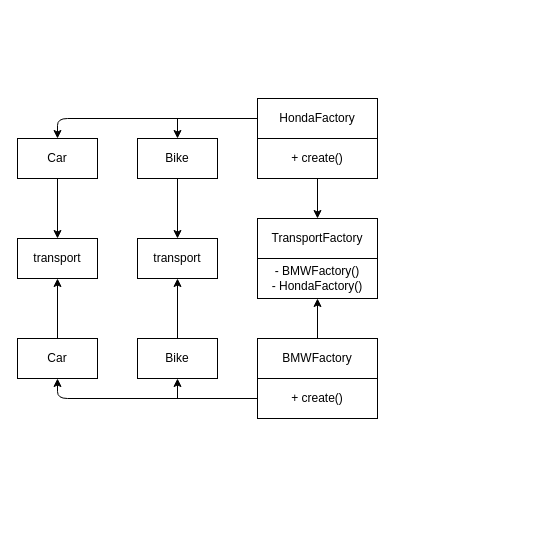
The draw.io diagram 1_creational/abstractFactory.drawio in plnnsimon/patterns, before the edit. Source tidied: cells renumbered, new cells numbered last; positions are measured from the earlier drawing's top-left corner, leaving out a move shared by most shapes. Both pictures are drawn from the tidied source at 100%, with x=0, y=0 at pixel (17, 98).
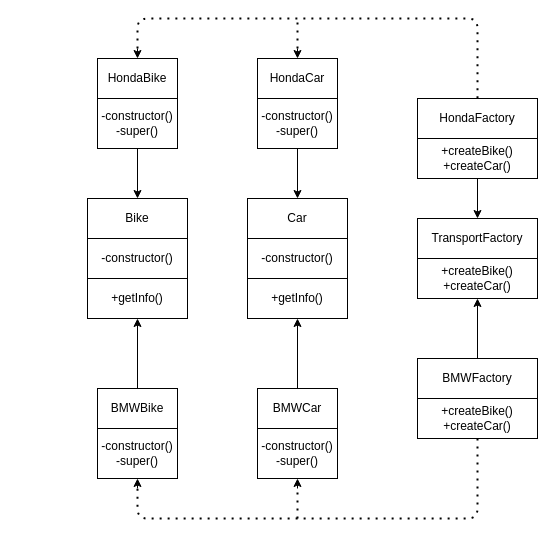
Above is the later version.

Change to the diagram source:
```diff
@@
     <mxCell id="2" value="TransportFactory" style="rounded=0;whiteSpace=wrap;html=1;" parent="1" vertex="1">
-      <mxGeometry x="240" y="120" width="120" height="40" as="geometry" />
+      <mxGeometry x="400" y="120" width="120" height="40" as="geometry" />
     </mxCell>
-    <mxCell id="3" value="- BMWFactory()&lt;br&gt;- HondaFactory()" style="rounded=0;whiteSpace=wrap;html=1;" parent="1" vertex="1">
-      <mxGeometry x="240" y="160" width="120" height="40" as="geometry" />
+    <mxCell id="3" value="+createBike()&lt;br&gt;+createCar()" style="rounded=0;whiteSpace=wrap;html=1;" parent="1" vertex="1">
+      <mxGeometry x="400" y="160" width="120" height="40" as="geometry" />
     </mxCell>
     <mxCell id="4" value="HondaFactory" style="rounded=0;whiteSpace=wrap;html=1;" parent="1" vertex="1">
-      <mxGeometry x="240" width="120" height="40" as="geometry" />
+      <mxGeometry x="400" width="120" height="40" as="geometry" />
     </mxCell>
     <mxCell id="5" value="BMWFactory" style="rounded=0;whiteSpace=wrap;html=1;" parent="1" vertex="1">
-      <mxGeometry x="240" y="240" width="120" height="40" as="geometry" />
+      <mxGeometry x="400" y="260" width="120" height="40" as="geometry" />
     </mxCell>
-    <mxCell id="6" value="+ create()" style="rounded=0;whiteSpace=wrap;html=1;" parent="1" vertex="1">
-      <mxGeometry x="240" y="280" width="120" height="40" as="geometry" />
+    <mxCell id="6" value="+createBike()&lt;br&gt;+createCar()" style="rounded=0;whiteSpace=wrap;html=1;" parent="1" vertex="1">
+      <mxGeometry x="400" y="300" width="120" height="40" as="geometry" />
     </mxCell>
-    <mxCell id="7" value="+ create()" style="rounded=0;whiteSpace=wrap;html=1;" parent="1" vertex="1">
-      <mxGeometry x="240" y="40" width="120" height="40" as="geometry" />
+    <mxCell id="7" value="+createBike()&lt;br&gt;+createCar()" style="rounded=0;whiteSpace=wrap;html=1;" parent="1" vertex="1">
+      <mxGeometry x="400" y="40" width="120" height="40" as="geometry" />
     </mxCell>
@@
     <mxCell id="9" style="endArrow=classic;html=1;exitX=0.5;exitY=1;exitDx=0;exitDy=0;" parent="1" edge="1" source="7">
       <mxGeometry relative="1" as="geometry">
-        <mxPoint x="300" y="120" as="targetPoint" />
+        <mxPoint x="460" y="120" as="targetPoint" />
       </mxGeometry>
     </mxCell>
-    <mxCell id="10" style="endArrow=classic;html=1;exitX=0;exitY=0.5;exitDx=0;exitDy=0;entryX=0.5;entryY=0;entryDx=0;entryDy=0;" parent="1" edge="1" source="4" target="11">
-      <mxGeometry relative="1" as="geometry">
-        <Array as="points">
-          <mxPoint x="40" y="20" />
-        </Array>
-      </mxGeometry>
-    </mxCell>
-    <mxCell id="11" value="Car" style="rounded=0;whiteSpace=wrap;html=1;" parent="1" vertex="1">
-      <mxGeometry y="40" width="80" height="40" as="geometry" />
+    <mxCell id="11" value="HondaCar" style="rounded=0;whiteSpace=wrap;html=1;" parent="1" vertex="1">
+      <mxGeometry x="240" y="-40" width="80" height="40" as="geometry" />
     </mxCell>
-    <mxCell id="12" value="Bike" style="rounded=0;whiteSpace=wrap;html=1;" parent="1" vertex="1">
-      <mxGeometry x="120" y="40" width="80" height="40" as="geometry" />
+    <mxCell id="12" value="HondaBike" style="rounded=0;whiteSpace=wrap;html=1;" parent="1" vertex="1">
+      <mxGeometry x="80" y="-40" width="80" height="40" as="geometry" />
     </mxCell>
+    <mxCell id="24" value="BMWCar" style="rounded=0;whiteSpace=wrap;html=1;" parent="1" vertex="1">
+      <mxGeometry x="240" y="290" width="80" height="40" as="geometry" />
+    </mxCell>
+    <mxCell id="25" value="BMWBike" style="rounded=0;whiteSpace=wrap;html=1;" parent="1" vertex="1">
+      <mxGeometry x="80" y="290" width="80" height="40" as="geometry" />
+    </mxCell>
+    <mxCell id="14" value="Bike" style="rounded=0;whiteSpace=wrap;html=1;" parent="1" vertex="1">
+      <mxGeometry x="70" y="100" width="100" height="40" as="geometry" />
+    </mxCell>
     <mxCell id="13" value="Car" style="rounded=0;whiteSpace=wrap;html=1;" parent="1" vertex="1">
-      <mxGeometry y="240" width="80" height="40" as="geometry" />
+      <mxGeometry x="230" y="100" width="100" height="40" as="geometry" />
     </mxCell>
-    <mxCell id="14" value="Bike" style="rounded=0;whiteSpace=wrap;html=1;" parent="1" vertex="1">
-      <mxGeometry x="120" y="240" width="80" height="40" as="geometry" />
-    </mxCell>
-    <mxCell id="15" style="endArrow=classic;html=1;entryX=0.5;entryY=0;entryDx=0;entryDy=0;" parent="1" edge="1" target="12">
-      <mxGeometry relative="1" as="geometry">
-        <mxPoint x="160" y="20" as="sourcePoint" />
-      </mxGeometry>
-    </mxCell>
-    <mxCell id="16" style="endArrow=classic;html=1;exitX=0;exitY=0.5;exitDx=0;exitDy=0;entryX=0.5;entryY=1;entryDx=0;entryDy=0;" parent="1" edge="1" source="6" target="13">
-      <mxGeometry relative="1" as="geometry">
-        <Array as="points">
-          <mxPoint x="40" y="300" />
-        </Array>
-      </mxGeometry>
-    </mxCell>
-    <mxCell id="17" style="endArrow=classic;html=1;entryX=0.5;entryY=1;entryDx=0;entryDy=0;" parent="1" edge="1" target="14">
-      <mxGeometry relative="1" as="geometry">
-        <mxPoint x="160" y="300" as="sourcePoint" />
-      </mxGeometry>
-    </mxCell>
-    <mxCell id="18" value="transport" style="rounded=0;whiteSpace=wrap;html=1;" parent="1" vertex="1">
-      <mxGeometry y="140" width="80" height="40" as="geometry" />
-    </mxCell>
-    <mxCell id="19" value="&lt;span&gt;transport&lt;/span&gt;" style="rounded=0;whiteSpace=wrap;html=1;" parent="1" vertex="1">
-      <mxGeometry x="120" y="140" width="80" height="40" as="geometry" />
-    </mxCell>
-    <mxCell id="20" style="endArrow=classic;html=1;exitX=0.5;exitY=1;exitDx=0;exitDy=0;entryX=0.5;entryY=0;entryDx=0;entryDy=0;" parent="1" edge="1" source="11" target="18">
-      <mxGeometry relative="1" as="geometry" />
-    </mxCell>
-    <mxCell id="21" style="endArrow=classic;html=1;exitX=0.5;exitY=1;exitDx=0;exitDy=0;entryX=0.5;entryY=0;entryDx=0;entryDy=0;" parent="1" edge="1" source="12" target="19">
-      <mxGeometry relative="1" as="geometry" />
-    </mxCell>
-    <mxCell id="22" style="endArrow=classic;html=1;exitX=0.5;exitY=0;exitDx=0;exitDy=0;entryX=0.5;entryY=1;entryDx=0;entryDy=0;" parent="1" edge="1" source="13" target="18">
-      <mxGeometry relative="1" as="geometry" />
-    </mxCell>
-    <mxCell id="23" style="endArrow=classic;html=1;exitX=0.5;exitY=0;exitDx=0;exitDy=0;entryX=0.5;entryY=1;entryDx=0;entryDy=0;" parent="1" edge="1" source="14" target="19">
-      <mxGeometry relative="1" as="geometry" />
-    </mxCell>
+    <mxCell id="26" value="-constructor()&lt;br&gt;-super()" style="rounded=0;whiteSpace=wrap;html=1;" parent="1" vertex="1">
+      <mxGeometry x="240" width="80" height="50" as="geometry" />
+    </mxCell>
+    <mxCell id="27" value="-constructor()&lt;br&gt;-super()" style="rounded=0;whiteSpace=wrap;html=1;" parent="1" vertex="1">
+      <mxGeometry x="80" width="80" height="50" as="geometry" />
+    </mxCell>
+    <mxCell id="28" value="-constructor()&lt;br&gt;-super()" style="rounded=0;whiteSpace=wrap;html=1;" parent="1" vertex="1">
+      <mxGeometry x="240" y="330" width="80" height="50" as="geometry" />
+    </mxCell>
+    <mxCell id="29" value="-constructor()&lt;br&gt;-super()" style="rounded=0;whiteSpace=wrap;html=1;" parent="1" vertex="1">
+      <mxGeometry x="80" y="330" width="80" height="50" as="geometry" />
+    </mxCell>
+    <mxCell id="30" value="-constructor()" style="rounded=0;whiteSpace=wrap;html=1;" parent="1" vertex="1">
+      <mxGeometry x="70" y="140" width="100" height="40" as="geometry" />
+    </mxCell>
+    <mxCell id="31" value="+getInfo()" style="rounded=0;whiteSpace=wrap;html=1;" parent="1" vertex="1">
+      <mxGeometry x="70" y="180" width="100" height="40" as="geometry" />
+    </mxCell>
+    <mxCell id="32" value="-constructor()" style="rounded=0;whiteSpace=wrap;html=1;" parent="1" vertex="1">
+      <mxGeometry x="230" y="140" width="100" height="40" as="geometry" />
+    </mxCell>
+    <mxCell id="33" value="+getInfo()" style="rounded=0;whiteSpace=wrap;html=1;" parent="1" vertex="1">
+      <mxGeometry x="230" y="180" width="100" height="40" as="geometry" />
+    </mxCell>
+    <mxCell id="34" style="endArrow=none;dashed=1;html=1;dashPattern=1 3;strokeWidth=2;exitX=0.5;exitY=1;exitDx=0;exitDy=0;exitPerimeter=0;" parent="1" edge="1" source="6">
+      <mxGeometry relative="1" as="geometry">
+        <mxPoint x="120" y="390" as="targetPoint" />
+        <Array as="points">
+          <mxPoint x="460" y="420" />
+          <mxPoint x="280" y="420" />
+          <mxPoint x="120" y="420" />
+        </Array>
+      </mxGeometry>
+    </mxCell>
+    <mxCell id="35" style="endArrow=none;dashed=1;html=1;dashPattern=1 3;strokeWidth=2;" parent="1" edge="1">
+      <mxGeometry relative="1" as="geometry">
+        <mxPoint x="280" y="420" as="sourcePoint" />
+        <mxPoint x="280" y="390" as="targetPoint" />
+      </mxGeometry>
+    </mxCell>
+    <mxCell id="36" style="endArrow=classic;html=1;" parent="1" edge="1">
+      <mxGeometry relative="1" as="geometry">
+        <mxPoint x="280" y="390" as="sourcePoint" />
+        <mxPoint x="280" y="380" as="targetPoint" />
+      </mxGeometry>
+    </mxCell>
+    <mxCell id="37" style="endArrow=classic;html=1;entryX=0.5;entryY=1;entryDx=0;entryDy=0;" parent="1" edge="1" target="29">
+      <mxGeometry relative="1" as="geometry">
+        <mxPoint x="120" y="390" as="sourcePoint" />
+      </mxGeometry>
+    </mxCell>
+    <mxCell id="38" style="endArrow=none;dashed=1;html=1;dashPattern=1 3;strokeWidth=2;entryX=0.5;entryY=0;entryDx=0;entryDy=0;" parent="1" edge="1" target="4">
+      <mxGeometry relative="1" as="geometry">
+        <mxPoint x="120" y="-50" as="sourcePoint" />
+        <Array as="points">
+          <mxPoint x="120" y="-80" />
+          <mxPoint x="160" y="-80" />
+          <mxPoint x="460" y="-80" />
+        </Array>
+      </mxGeometry>
+    </mxCell>
+    <mxCell id="39" style="endArrow=none;dashed=1;html=1;dashPattern=1 3;strokeWidth=2;" parent="1" edge="1">
+      <mxGeometry relative="1" as="geometry">
+        <mxPoint x="280" y="-50" as="sourcePoint" />
+        <mxPoint x="280" y="-80" as="targetPoint" />
+      </mxGeometry>
+    </mxCell>
+    <mxCell id="40" style="endArrow=classic;html=1;" parent="1" edge="1">
+      <mxGeometry relative="1" as="geometry">
+        <mxPoint x="280" y="-50" as="sourcePoint" />
+        <mxPoint x="280" y="-40" as="targetPoint" />
+      </mxGeometry>
+    </mxCell>
+    <mxCell id="41" style="endArrow=classic;html=1;entryX=0.5;entryY=0;entryDx=0;entryDy=0;" parent="1" edge="1" target="12">
+      <mxGeometry relative="1" as="geometry">
+        <mxPoint x="120" y="-50" as="sourcePoint" />
+      </mxGeometry>
+    </mxCell>
+    <mxCell id="42" style="endArrow=classic;html=1;entryX=0.5;entryY=0;entryDx=0;entryDy=0;" parent="1" edge="1" target="13">
+      <mxGeometry relative="1" as="geometry">
+        <mxPoint x="280" y="50" as="sourcePoint" />
+      </mxGeometry>
+    </mxCell>
+    <mxCell id="43" style="endArrow=classic;html=1;entryX=0.5;entryY=1;entryDx=0;entryDy=0;exitX=0.5;exitY=0;exitDx=0;exitDy=0;" parent="1" edge="1" source="24" target="33">
+      <mxGeometry relative="1" as="geometry" />
+    </mxCell>
+    <mxCell id="44" style="endArrow=classic;html=1;entryX=0.5;entryY=1;entryDx=0;entryDy=0;" parent="1" edge="1" target="31">
+      <mxGeometry relative="1" as="geometry">
+        <mxPoint x="120" y="290" as="sourcePoint" />
+      </mxGeometry>
+    </mxCell>
+    <mxCell id="45" style="endArrow=classic;html=1;exitX=0.5;exitY=1;exitDx=0;exitDy=0;entryX=0.5;entryY=0;entryDx=0;entryDy=0;" parent="1" edge="1" source="27" target="14">
+      <mxGeometry relative="1" as="geometry" />
+    </mxCell>
```
